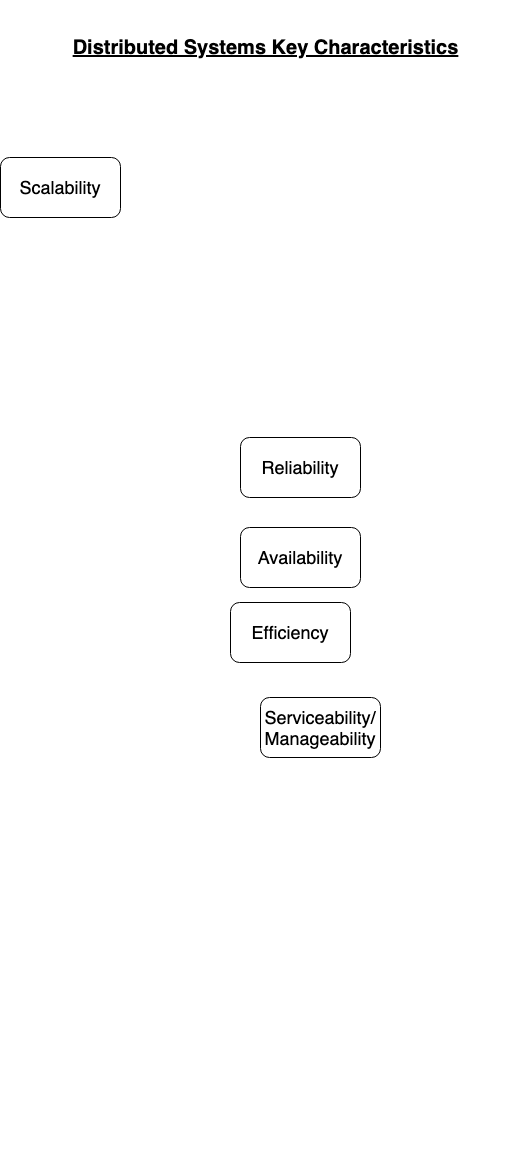
This is systems_design_notes.png from jessica-hsu/grokking_systems_design_practice, a draw.io export, as it was before one commit. Source tidied: cells renumbered, new cells last; positions are measured from the earlier drawing's top-left corner, leaving out a move shared by most shapes.
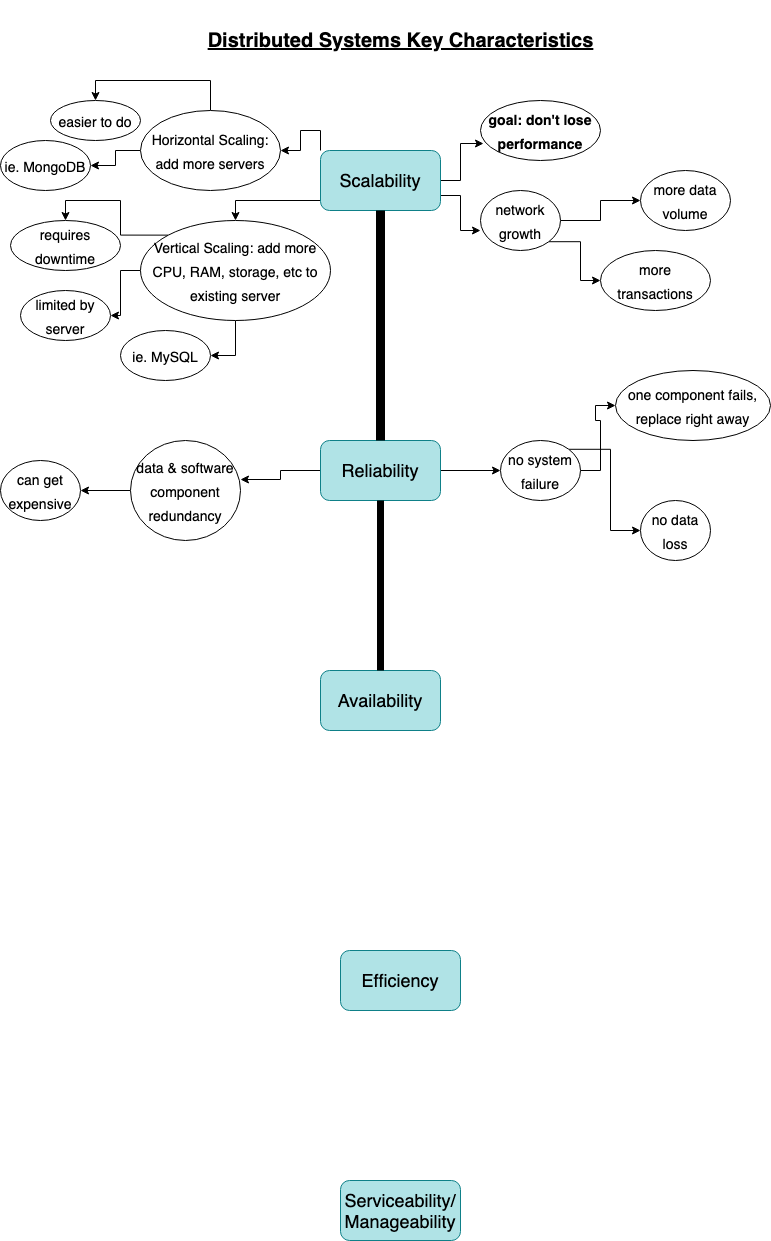
The same diagram one commit later.

Diff of the diagram source:
```diff
@@ -2,28 +2,154 @@
   <root>
     <mxCell id="0" />
     <mxCell id="1" parent="0" />
-    <mxCell id="2" style="edgeStyle=orthogonalEdgeStyle;rounded=0;jettySize=auto;html=1;exitX=0.75;exitY=0;exitDx=0;exitDy=0;fontSize=20;strokeColor=none;" parent="1" edge="1" source="3">
+    <mxCell id="2" style="edgeStyle=orthogonalEdgeStyle;rounded=0;jettySize=auto;html=1;exitX=0.75;exitY=0;exitDx=0;exitDy=0;fontSize=20;strokeColor=none;startArrow=none;" parent="1" edge="1" source="6">
       <mxGeometry relative="1" as="geometry">
         <mxPoint x="270" y="1120" as="targetPoint" />
       </mxGeometry>
     </mxCell>
     <mxCell id="3" value="&lt;font style=&quot;font-size: 18px&quot;&gt;&lt;b&gt;&lt;u style=&quot;font-size: 20px&quot;&gt;Distributed Systems Key Characteristics&lt;/u&gt;&lt;/b&gt;&lt;/font&gt;" style="text;html=1;strokeColor=none;fillColor=none;align=center;verticalAlign=middle;whiteSpace=wrap;rounded=0;" parent="1" vertex="1">
-      <mxGeometry x="48" width="435" height="40" as="geometry" />
+      <mxGeometry x="72.5" y="-20" width="435" height="40" as="geometry" />
     </mxCell>
+    <mxCell id="9" style="edgeStyle=orthogonalEdgeStyle;rounded=0;jettySize=auto;html=1;exitX=1;exitY=0.5;exitDx=0;exitDy=0;entryX=0.025;entryY=0.717;entryDx=0;entryDy=0;entryPerimeter=0;fontSize=14;" parent="1" edge="1" source="4" target="28">
+      <mxGeometry relative="1" as="geometry" />
+    </mxCell>
+    <mxCell id="10" style="edgeStyle=orthogonalEdgeStyle;rounded=0;jettySize=auto;html=1;exitX=1;exitY=0.75;exitDx=0;exitDy=0;entryX=0;entryY=0.667;entryDx=0;entryDy=0;entryPerimeter=0;fontSize=14;" parent="1" edge="1" source="4" target="25">
+      <mxGeometry relative="1" as="geometry" />
+    </mxCell>
+    <mxCell id="11" style="edgeStyle=orthogonalEdgeStyle;rounded=0;jettySize=auto;html=1;exitX=0;exitY=0;exitDx=0;exitDy=0;fontSize=14;" parent="1" edge="1" source="4" target="22">
+      <mxGeometry relative="1" as="geometry" />
+    </mxCell>
+    <mxCell id="12" style="edgeStyle=orthogonalEdgeStyle;rounded=0;jettySize=auto;html=1;exitX=0;exitY=0.5;exitDx=0;exitDy=0;fontSize=14;" parent="1" edge="1" source="4" target="19">
+      <mxGeometry relative="1" as="geometry">
+        <Array as="points">
+          <mxPoint x="210" y="160" />
+          <mxPoint x="125" y="160" />
+        </Array>
+      </mxGeometry>
+    </mxCell>
-    <mxCell id="4" value="Scalability" style="rounded=1;whiteSpace=wrap;html=1;fontSize=18;" parent="1" vertex="1">
-      <mxGeometry y="130" width="120" height="60" as="geometry" />
+    <mxCell id="4" value="Scalability" style="rounded=1;whiteSpace=wrap;html=1;fontSize=18;fillColor=#b0e3e6;strokeColor=#0e8088;" parent="1" vertex="1">
+      <mxGeometry x="210" y="110" width="120" height="60" as="geometry" />
     </mxCell>
+    <mxCell id="13" style="edgeStyle=orthogonalEdgeStyle;rounded=0;jettySize=auto;html=1;exitX=1;exitY=0.5;exitDx=0;exitDy=0;entryX=0;entryY=0.5;entryDx=0;entryDy=0;fontSize=14;strokeColor=#000000;strokeWidth=1;" parent="1" edge="1" source="5" target="37">
+      <mxGeometry relative="1" as="geometry" />
+    </mxCell>
+    <mxCell id="14" style="edgeStyle=orthogonalEdgeStyle;rounded=0;jettySize=auto;html=1;exitX=0;exitY=0.5;exitDx=0;exitDy=0;entryX=1;entryY=0.39;entryDx=0;entryDy=0;entryPerimeter=0;fontSize=14;strokeColor=#000000;strokeWidth=1;" parent="1" edge="1" source="5" target="41">
+      <mxGeometry relative="1" as="geometry" />
+    </mxCell>
-    <mxCell id="5" value="Reliability" style="rounded=1;whiteSpace=wrap;html=1;fontSize=18;" parent="1" vertex="1">
-      <mxGeometry x="240" y="410" width="120" height="60" as="geometry" />
+    <mxCell id="5" value="Reliability" style="rounded=1;whiteSpace=wrap;html=1;fontSize=18;fillColor=#b0e3e6;strokeColor=#0e8088;" parent="1" vertex="1">
+      <mxGeometry x="210" y="400" width="120" height="60" as="geometry" />
     </mxCell>
-    <mxCell id="6" value="Availability" style="rounded=1;whiteSpace=wrap;html=1;fontSize=18;" parent="1" vertex="1">
-      <mxGeometry x="240" y="500" width="120" height="60" as="geometry" />
-    </mxCell>
-    <mxCell id="7" value="Efficiency" style="rounded=1;whiteSpace=wrap;html=1;fontSize=18;" parent="1" vertex="1">
-      <mxGeometry x="230" y="575" width="120" height="60" as="geometry" />
+    <mxCell id="7" value="Efficiency" style="rounded=1;whiteSpace=wrap;html=1;fontSize=18;fillColor=#b0e3e6;strokeColor=#0e8088;" parent="1" vertex="1">
+      <mxGeometry x="230" y="910" width="120" height="60" as="geometry" />
     </mxCell>
-    <mxCell id="8" value="Serviceability/&lt;br&gt;Manageability" style="rounded=1;whiteSpace=wrap;html=1;fontSize=18;" parent="1" vertex="1">
-      <mxGeometry x="260" y="670" width="120" height="60" as="geometry" />
+    <mxCell id="8" value="Serviceability/&lt;br&gt;Manageability" style="rounded=1;whiteSpace=wrap;html=1;fontSize=18;fillColor=#b0e3e6;strokeColor=#0e8088;" parent="1" vertex="1">
+      <mxGeometry x="230" y="1140" width="120" height="60" as="geometry" />
     </mxCell>
+    <mxCell id="15" style="edgeStyle=orthogonalEdgeStyle;rounded=0;jettySize=auto;html=1;exitX=0.75;exitY=0;exitDx=0;exitDy=0;fontSize=20;strokeColor=none;endArrow=none;" parent="1" edge="1" source="3">
+      <mxGeometry relative="1" as="geometry">
+        <mxPoint x="480" y="110" as="targetPoint" />
+      </mxGeometry>
+    </mxCell>
+    <mxCell id="16" style="edgeStyle=orthogonalEdgeStyle;rounded=0;jettySize=auto;html=1;exitX=0;exitY=0;exitDx=0;exitDy=0;entryX=0.5;entryY=0;entryDx=0;entryDy=0;fontSize=14;" parent="1" edge="1" source="19" target="31">
+      <mxGeometry relative="1" as="geometry" />
+    </mxCell>
+    <mxCell id="17" style="edgeStyle=orthogonalEdgeStyle;rounded=0;jettySize=auto;html=1;exitX=0;exitY=0.5;exitDx=0;exitDy=0;fontSize=14;" parent="1" edge="1" source="19" target="30">
+      <mxGeometry relative="1" as="geometry" />
+    </mxCell>
+    <mxCell id="18" style="edgeStyle=orthogonalEdgeStyle;rounded=0;jettySize=auto;html=1;entryX=1;entryY=0.5;entryDx=0;entryDy=0;fontSize=14;" parent="1" edge="1" source="19" target="33">
+      <mxGeometry relative="1" as="geometry" />
+    </mxCell>
+    <mxCell id="19" value="&lt;font style=&quot;font-size: 14px&quot;&gt;Vertical Scaling: add more CPU, RAM, storage, etc to existing server&lt;/font&gt;" style="ellipse;whiteSpace=wrap;html=1;fontSize=20;" parent="1" vertex="1">
+      <mxGeometry x="30" y="180" width="190" height="100" as="geometry" />
+    </mxCell>
+    <mxCell id="20" style="edgeStyle=orthogonalEdgeStyle;rounded=0;jettySize=auto;html=1;exitX=0;exitY=0.5;exitDx=0;exitDy=0;entryX=1;entryY=0.5;entryDx=0;entryDy=0;fontSize=14;" parent="1" edge="1" source="22" target="32">
+      <mxGeometry relative="1" as="geometry" />
+    </mxCell>
+    <mxCell id="21" style="edgeStyle=orthogonalEdgeStyle;rounded=0;jettySize=auto;html=1;exitX=0.5;exitY=0;exitDx=0;exitDy=0;entryX=0.5;entryY=0;entryDx=0;entryDy=0;fontSize=14;" parent="1" edge="1" source="22" target="29">
+      <mxGeometry relative="1" as="geometry">
+        <Array as="points">
+          <mxPoint x="100" y="40" />
+          <mxPoint x="-15" y="40" />
+        </Array>
+      </mxGeometry>
+    </mxCell>
+    <mxCell id="22" value="&lt;font style=&quot;font-size: 14px&quot;&gt;Horizontal Scaling: add more servers&lt;/font&gt;" style="ellipse;whiteSpace=wrap;html=1;fontSize=20;" parent="1" vertex="1">
+      <mxGeometry x="30" y="70" width="140" height="80" as="geometry" />
+    </mxCell>
+    <mxCell id="23" style="edgeStyle=orthogonalEdgeStyle;rounded=0;jettySize=auto;html=1;entryX=0;entryY=0.5;entryDx=0;entryDy=0;fontSize=14;" parent="1" edge="1" source="25" target="26">
+      <mxGeometry relative="1" as="geometry" />
+    </mxCell>
+    <mxCell id="24" style="edgeStyle=orthogonalEdgeStyle;rounded=0;jettySize=auto;html=1;exitX=1;exitY=1;exitDx=0;exitDy=0;fontSize=14;" parent="1" edge="1" source="25" target="27">
+      <mxGeometry relative="1" as="geometry" />
+    </mxCell>
+    <mxCell id="25" value="&lt;font style=&quot;font-size: 14px&quot;&gt;network growth&lt;/font&gt;" style="ellipse;whiteSpace=wrap;html=1;fontSize=20;" parent="1" vertex="1">
+      <mxGeometry x="370" y="150" width="80" height="60" as="geometry" />
+    </mxCell>
+    <mxCell id="26" value="&lt;font style=&quot;font-size: 14px&quot;&gt;more data volume&lt;/font&gt;" style="ellipse;whiteSpace=wrap;html=1;fontSize=20;" parent="1" vertex="1">
+      <mxGeometry x="530" y="130" width="90" height="60" as="geometry" />
+    </mxCell>
+    <mxCell id="27" value="&lt;font style=&quot;font-size: 14px&quot;&gt;more transactions&lt;/font&gt;" style="ellipse;whiteSpace=wrap;html=1;fontSize=20;" parent="1" vertex="1">
+      <mxGeometry x="490" y="210" width="110" height="60" as="geometry" />
+    </mxCell>
+    <mxCell id="28" value="&lt;font style=&quot;font-size: 14px&quot;&gt;&lt;b&gt;goal: don't lose performance&lt;/b&gt;&lt;/font&gt;" style="ellipse;whiteSpace=wrap;html=1;fontSize=20;" parent="1" vertex="1">
+      <mxGeometry x="370" y="60" width="120" height="60" as="geometry" />
+    </mxCell>
+    <mxCell id="29" value="&lt;font style=&quot;font-size: 14px&quot;&gt;easier to do&lt;/font&gt;" style="ellipse;whiteSpace=wrap;html=1;fontSize=20;" parent="1" vertex="1">
+      <mxGeometry x="-60" y="60" width="90" height="40" as="geometry" />
+    </mxCell>
+    <mxCell id="30" value="&lt;font style=&quot;font-size: 14px&quot;&gt;limited by server&lt;/font&gt;" style="ellipse;whiteSpace=wrap;html=1;fontSize=20;" parent="1" vertex="1">
+      <mxGeometry x="-90" y="250" width="90" height="50" as="geometry" />
+    </mxCell>
+    <mxCell id="31" value="&lt;font style=&quot;font-size: 14px&quot;&gt;requires downtime&lt;/font&gt;" style="ellipse;whiteSpace=wrap;html=1;fontSize=20;" parent="1" vertex="1">
+      <mxGeometry x="-100" y="180" width="110" height="50" as="geometry" />
+    </mxCell>
+    <mxCell id="32" value="&lt;font style=&quot;font-size: 14px&quot;&gt;ie. MongoDB&lt;/font&gt;" style="ellipse;whiteSpace=wrap;html=1;fontSize=20;" parent="1" vertex="1">
+      <mxGeometry x="-110" y="100" width="90" height="50" as="geometry" />
+    </mxCell>
+    <mxCell id="33" value="&lt;font style=&quot;font-size: 14px&quot;&gt;ie. MySQL&lt;/font&gt;" style="ellipse;whiteSpace=wrap;html=1;fontSize=20;" parent="1" vertex="1">
+      <mxGeometry x="10" y="290" width="90" height="50" as="geometry" />
+    </mxCell>
+    <mxCell id="34" style="shape=link;html=1;rounded=0;fontSize=14;width=-8;entryX=0.5;entryY=0;entryDx=0;entryDy=0;strokeWidth=6;" parent="1" edge="1" target="5">
+      <mxGeometry relative="1" as="geometry">
+        <mxPoint x="270" y="170" as="sourcePoint" />
+      </mxGeometry>
+    </mxCell>
+    <mxCell id="35" style="edgeStyle=orthogonalEdgeStyle;rounded=0;jettySize=auto;html=1;exitX=1;exitY=0.5;exitDx=0;exitDy=0;entryX=0;entryY=0.5;entryDx=0;entryDy=0;fontSize=14;strokeColor=#000000;strokeWidth=1;" parent="1" edge="1" source="37" target="38">
+      <mxGeometry relative="1" as="geometry" />
+    </mxCell>
+    <mxCell id="36" style="edgeStyle=orthogonalEdgeStyle;rounded=0;jettySize=auto;html=1;exitX=1;exitY=0;exitDx=0;exitDy=0;entryX=0;entryY=0.5;entryDx=0;entryDy=0;fontSize=14;strokeColor=#000000;strokeWidth=1;" parent="1" edge="1" source="37" target="39">
+      <mxGeometry relative="1" as="geometry" />
+    </mxCell>
+    <mxCell id="37" value="&lt;font style=&quot;font-size: 14px&quot;&gt;no system failure&lt;/font&gt;" style="ellipse;whiteSpace=wrap;html=1;fontSize=20;" parent="1" vertex="1">
+      <mxGeometry x="390" y="400" width="80" height="60" as="geometry" />
+    </mxCell>
+    <mxCell id="38" value="&lt;font style=&quot;font-size: 14px&quot;&gt;one component fails, replace right away&lt;/font&gt;" style="ellipse;whiteSpace=wrap;html=1;fontSize=20;" parent="1" vertex="1">
+      <mxGeometry x="505" y="330" width="155" height="70" as="geometry" />
+    </mxCell>
+    <mxCell id="39" value="&lt;font style=&quot;font-size: 14px&quot;&gt;no data loss&lt;/font&gt;" style="ellipse;whiteSpace=wrap;html=1;fontSize=20;" parent="1" vertex="1">
+      <mxGeometry x="530" y="460" width="70" height="60" as="geometry" />
+    </mxCell>
+    <mxCell id="40" style="edgeStyle=orthogonalEdgeStyle;rounded=0;jettySize=auto;html=1;exitX=0;exitY=0.5;exitDx=0;exitDy=0;entryX=1;entryY=0.5;entryDx=0;entryDy=0;fontSize=14;strokeColor=#000000;strokeWidth=1;" parent="1" edge="1" source="41" target="42">
+      <mxGeometry relative="1" as="geometry" />
+    </mxCell>
+    <mxCell id="41" value="&lt;font style=&quot;font-size: 14px&quot;&gt;data &amp;amp; software component redundancy&lt;/font&gt;" style="ellipse;whiteSpace=wrap;html=1;fontSize=20;" parent="1" vertex="1">
+      <mxGeometry x="20" y="400" width="110" height="100" as="geometry" />
+    </mxCell>
+    <mxCell id="42" value="&lt;span style=&quot;font-size: 14px&quot;&gt;can get expensive&lt;/span&gt;" style="ellipse;whiteSpace=wrap;html=1;fontSize=20;" parent="1" vertex="1">
+      <mxGeometry x="-110" y="420" width="80" height="60" as="geometry" />
+    </mxCell>
+    <mxCell id="6" value="Availability" style="rounded=1;whiteSpace=wrap;html=1;fontSize=18;fillColor=#b0e3e6;strokeColor=#0e8088;" parent="1" vertex="1">
+      <mxGeometry x="210" y="630" width="120" height="60" as="geometry" />
+    </mxCell>
+    <mxCell id="43" style="edgeStyle=orthogonalEdgeStyle;rounded=0;jettySize=auto;html=1;exitX=0.75;exitY=0;exitDx=0;exitDy=0;fontSize=20;strokeColor=none;startArrow=none;endArrow=none;" parent="1" edge="1" target="6">
+      <mxGeometry relative="1" as="geometry">
+        <mxPoint x="515.8" y="114.2" as="sourcePoint" />
+      </mxGeometry>
+    </mxCell>
+    <mxCell id="44" style="shape=link;html=1;rounded=0;fontSize=14;strokeWidth=4;entryX=0.5;entryY=0;entryDx=0;entryDy=0;width=-6;" parent="1" edge="1" target="6">
+      <mxGeometry relative="1" as="geometry">
+        <mxPoint x="270" y="460" as="sourcePoint" />
+      </mxGeometry>
+    </mxCell>
   </root>
 </mxGraphModel>
```
